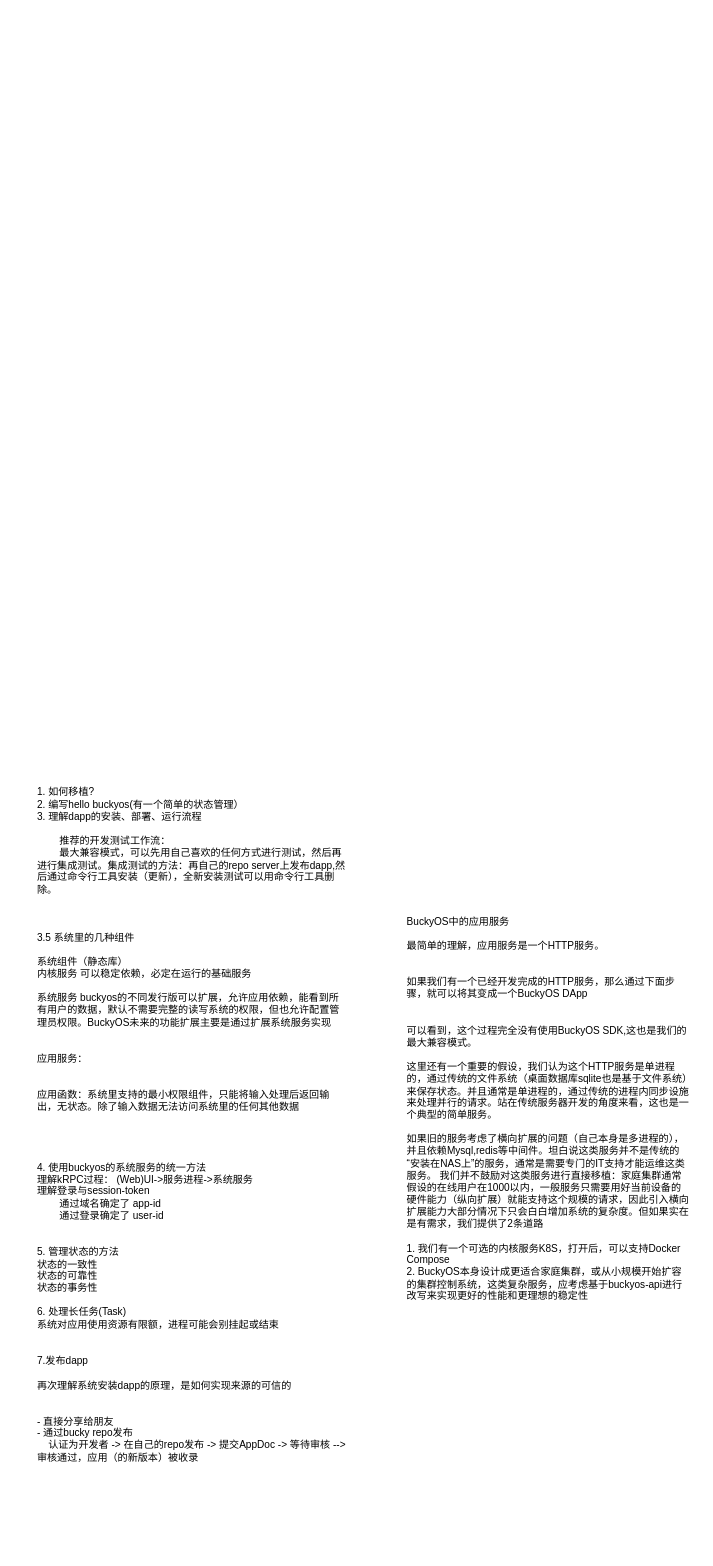
Earlier version of the draw.io diagram page "基于Dockr开发应用服务" (4 of 4) of doc/start dev.drawio (buckyos/buckyos). Source tidied: cells renumbered, new cells numbered last; positions are measured from the earlier drawing's top-left corner, leaving out a move shared by most shapes. Both pictures are drawn from the tidied source at 84%, with x=0, y=0 at pixel (35, 770).
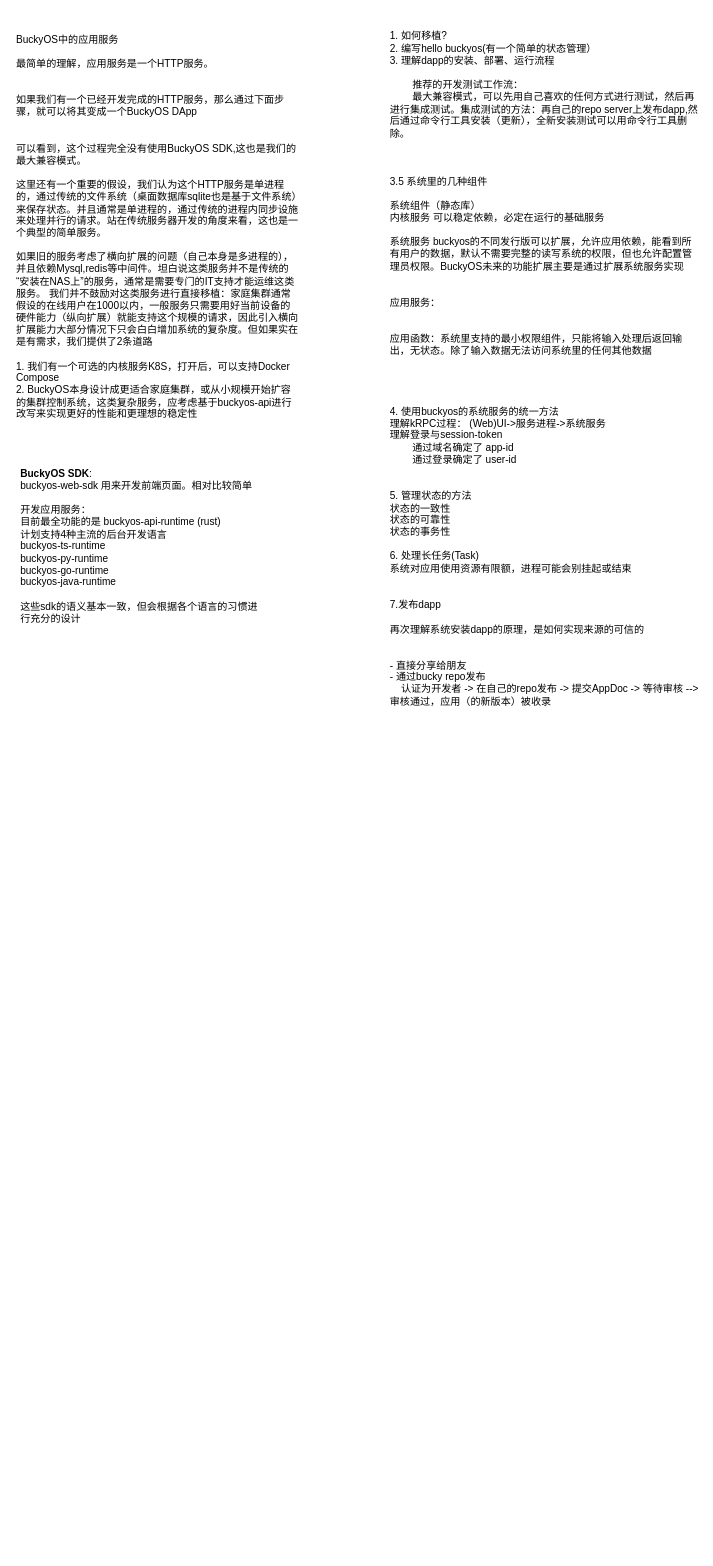
The same diagram, later.

Change to the diagram source:
```diff
@@
 <mxGraphModel>
   <root>
     <mxCell id="0" />
     <mxCell id="1" parent="0" />
     <mxCell id="2" value="BuckyOS中的应用服务&lt;div&gt;&lt;br&gt;&lt;/div&gt;&lt;div&gt;最简单的理解，应用服务是一个HTTP服务。&lt;/div&gt;&lt;div&gt;&lt;br&gt;&lt;/div&gt;&lt;div&gt;&lt;br&gt;&lt;/div&gt;&lt;div&gt;如果我们有一个已经开发完成的HTTP服务，那么通过下面步骤，就可以将其变成一个BuckyOS DApp&lt;/div&gt;&lt;div&gt;&lt;br&gt;&lt;/div&gt;&lt;div&gt;&lt;br&gt;&lt;/div&gt;&lt;div&gt;可以看到，这个过程完全没有使用BuckyOS SDK,这也是我们的最大兼容模式。&lt;/div&gt;&lt;div&gt;&lt;br&gt;&lt;/div&gt;&lt;div&gt;这里还有一个重要的假设，我们认为这个HTTP服务是单进程的，通过传统的文件系统（桌面数据库sqlite也是基于文件系统）来保存状态。并且通常是单进程的，通过传统的进程内同步设施来处理并行的请求。站在传统服务器开发的角度来看，这也是一个典型的简单服务。&lt;/div&gt;&lt;div&gt;&lt;br&gt;&lt;/div&gt;&lt;div&gt;如果旧的服务考虑了横向扩展的问题（自己本身是多进程的），并且依赖Mysql,redis等中间件。坦白说这类服务并不是传统的“安装在NAS上”的服务，通常是需要专门的IT支持才能运维这类服务。 我们并不鼓励对这类服务进行直接移植：家庭集群通常假设的在线用户在1000以内，一般服务只需要用好当前设备的硬件能力（纵向扩展）就能支持这个规模的请求，因此引入横向扩展能力大部分情况下只会白白增加系统的复杂度。但如果实在是有需求，我们提供了2条道路&lt;/div&gt;&lt;div&gt;&lt;br&gt;&lt;/div&gt;&lt;div&gt;1. 我们有一个可选的内核服务K8S，打开后，可以支持Docker Compose&lt;/div&gt;&lt;div&gt;2. BuckyOS本身设计成更适合家庭集群，或从小规模开始扩容的集群控制系统，这类复杂服务，应考虑基于buckyos-api进行改写来实现更好的性能和更理想的稳定性&lt;/div&gt;&lt;div&gt;&lt;br&gt;&lt;/div&gt;" style="text;html=1;align=left;verticalAlign=middle;whiteSpace=wrap;rounded=0;" parent="1" vertex="1">
-      <mxGeometry x="440" y="170" width="340" height="480" as="geometry" />
+      <mxGeometry x="-25" y="-880" width="340" height="480" as="geometry" />
     </mxCell>
     <mxCell id="3" value="1. 如何移植?&lt;div&gt;&lt;font color=&quot;#000000&quot;&gt;2. 编写hello buckyos(有一个简单的状态管理）&lt;/font&gt;&lt;/div&gt;&lt;div&gt;&lt;div&gt;3. 理解dapp的安装、部署、运行流程&lt;/div&gt;&lt;div&gt;&amp;nbsp; &amp;nbsp;&amp;nbsp;&lt;/div&gt;&lt;div&gt;&lt;span style=&quot;white-space: pre;&quot;&gt;&lt;span style=&quot;white-space: pre;&quot;&gt;&#9;&lt;/span&gt;推荐的开发测试工作流：&lt;/span&gt;&lt;/div&gt;&lt;div&gt;&amp;nbsp; &amp;nbsp; &amp;nbsp; &amp;nbsp; 最大兼容模式，可以先用自己喜欢的任何方式进行测试，然后再进行集成测试。集成测试的方法：再自己的repo server上发布dapp,然后通过命令行工具安装（更新），全新安装测试可以用命令行工具删除。&lt;/div&gt;&lt;div&gt;&lt;br&gt;&lt;/div&gt;&lt;div&gt;&amp;nbsp; &amp;nbsp; &amp;nbsp; &amp;nbsp;&amp;nbsp;&lt;/div&gt;&lt;div&gt;&lt;br&gt;&lt;/div&gt;&lt;/div&gt;&lt;div&gt;3.5 系统里的几种组件&lt;/div&gt;&lt;div&gt;&lt;br&gt;&lt;/div&gt;&lt;div&gt;系统组件（静态库）&lt;/div&gt;&lt;div&gt;内核服务 可以稳定依赖，必定在运行的基础服务&lt;/div&gt;&lt;div&gt;&lt;br&gt;&lt;/div&gt;&lt;div&gt;系统服务 buckyos的不同发行版可以扩展，允许应用依赖，能看到所有用户的数据，默认不需要完整的读写系统的权限，但也允许配置管理员权限。BuckyOS未来的功能扩展主要是通过扩展系统服务实现&lt;/div&gt;&lt;div&gt;&lt;br&gt;&lt;/div&gt;&lt;div&gt;&lt;br&gt;&lt;/div&gt;&lt;div&gt;应用服务：&lt;/div&gt;&lt;div&gt;&lt;br&gt;&lt;/div&gt;&lt;div&gt;&lt;br&gt;&lt;/div&gt;&lt;div&gt;应用函数：系统里支持的最小权限组件，只能将输入处理后返回输出，无状态。除了输入数据无法访问系统里的任何其他数据&lt;/div&gt;&lt;div&gt;&lt;br&gt;&lt;/div&gt;&lt;div&gt;&lt;br&gt;&lt;/div&gt;&lt;div&gt;&lt;br&gt;&lt;/div&gt;&lt;div&gt;&lt;br&gt;&lt;/div&gt;&lt;div&gt;4. 使用buckyos的系统服务的统一方法&lt;/div&gt;&lt;div&gt;理解kRPC过程： (Web)UI-&amp;gt;服务进程-&amp;gt;系统服务&lt;/div&gt;&lt;div&gt;理解登录与session-token&lt;/div&gt;&lt;div&gt;&lt;span style=&quot;white-space: pre;&quot;&gt;&#9;&lt;/span&gt;通过域名确定了 app-id&lt;br&gt;&lt;/div&gt;&lt;div&gt;&lt;span style=&quot;white-space: pre;&quot;&gt;&#9;&lt;/span&gt;通过登录确定了 user-id&lt;br&gt;&lt;/div&gt;&lt;div&gt;&lt;br&gt;&lt;/div&gt;&lt;div&gt;&lt;br&gt;&lt;/div&gt;&lt;div&gt;5. 管理状态的方法&lt;/div&gt;&lt;div&gt;状态的一致性&lt;/div&gt;&lt;div&gt;状态的可靠性&lt;/div&gt;&lt;div&gt;&lt;span style=&quot;background-color: transparent;&quot;&gt;状态的事务性&lt;/span&gt;&amp;nbsp;&lt;/div&gt;&lt;div&gt;&lt;br&gt;&lt;/div&gt;&lt;div&gt;6. 处理长任务(Task)&lt;/div&gt;&lt;div&gt;系统对应用使用资源有限额，进程可能会别挂起或结束&lt;/div&gt;&lt;div&gt;&lt;br&gt;&lt;/div&gt;&lt;div&gt;&lt;br&gt;&lt;/div&gt;&lt;div&gt;7.发布dapp&lt;/div&gt;&lt;div&gt;&lt;br&gt;再次理解系统安装dapp的原理，是如何实现来源的可信的&lt;/div&gt;&lt;div&gt;&lt;br&gt;&lt;/div&gt;&lt;div&gt;&lt;br&gt;&lt;/div&gt;&lt;div&gt;- 直接分享给朋友&lt;/div&gt;&lt;div&gt;- 通过bucky repo发布&lt;/div&gt;&lt;div&gt;&amp;nbsp; &amp;nbsp; 认证为开发者 -&amp;gt; 在自己的repo发布 -&amp;gt; 提交AppDoc -&amp;gt; 等待审核 --&amp;gt; 审核通过，应用（的新版本）被收录&lt;/div&gt;&lt;div&gt;&amp;nbsp;&amp;nbsp;&lt;/div&gt;&lt;div&gt;&lt;br&gt;&lt;/div&gt;&lt;div&gt;&lt;br&gt;&lt;/div&gt;&lt;div&gt;&lt;br&gt;&lt;/div&gt;&lt;div&gt;&lt;br&gt;&lt;/div&gt;&lt;div&gt;&lt;br&gt;&lt;/div&gt;" style="text;html=1;align=left;verticalAlign=middle;whiteSpace=wrap;rounded=0;" parent="1" vertex="1">
-      <mxGeometry width="370" height="930" as="geometry" />
+      <mxGeometry x="420" y="-900" width="370" height="930" as="geometry" />
     </mxCell>
+    <mxCell id="4" value="&lt;b&gt;BuckyOS SDK&lt;/b&gt;:&lt;div&gt;&lt;span style=&quot;background-color: transparent;&quot;&gt;buckyos-web-sdk 用来开发前端页面。相对比较简单&lt;/span&gt;&lt;/div&gt;&lt;div&gt;&lt;br&gt;&lt;/div&gt;&lt;div&gt;开发应用服务：&lt;/div&gt;&lt;div&gt;目前最全功能的是 buckyos-api-runtime (rust)&lt;/div&gt;&lt;div&gt;计划支持4种主流的后台开发语言&lt;/div&gt;&lt;div&gt;buckyos-ts-runtime&lt;/div&gt;&lt;div&gt;buckyos-py-runtime&lt;/div&gt;&lt;div&gt;buckyos-go-runtime&lt;/div&gt;&lt;div&gt;buckyos-java-runtime&lt;/div&gt;&lt;div&gt;&lt;br&gt;&lt;/div&gt;&lt;div&gt;这些sdk的语义基本一致，但会根据各个语言的习惯进行充分的设计&lt;/div&gt;&lt;div&gt;&lt;br&gt;&lt;/div&gt;" style="text;html=1;align=left;verticalAlign=middle;whiteSpace=wrap;rounded=0;" parent="1" vertex="1">
+      <mxGeometry x="-20" y="-350" width="290" height="180" as="geometry" />
+    </mxCell>
   </root>
 </mxGraphModel>
```
